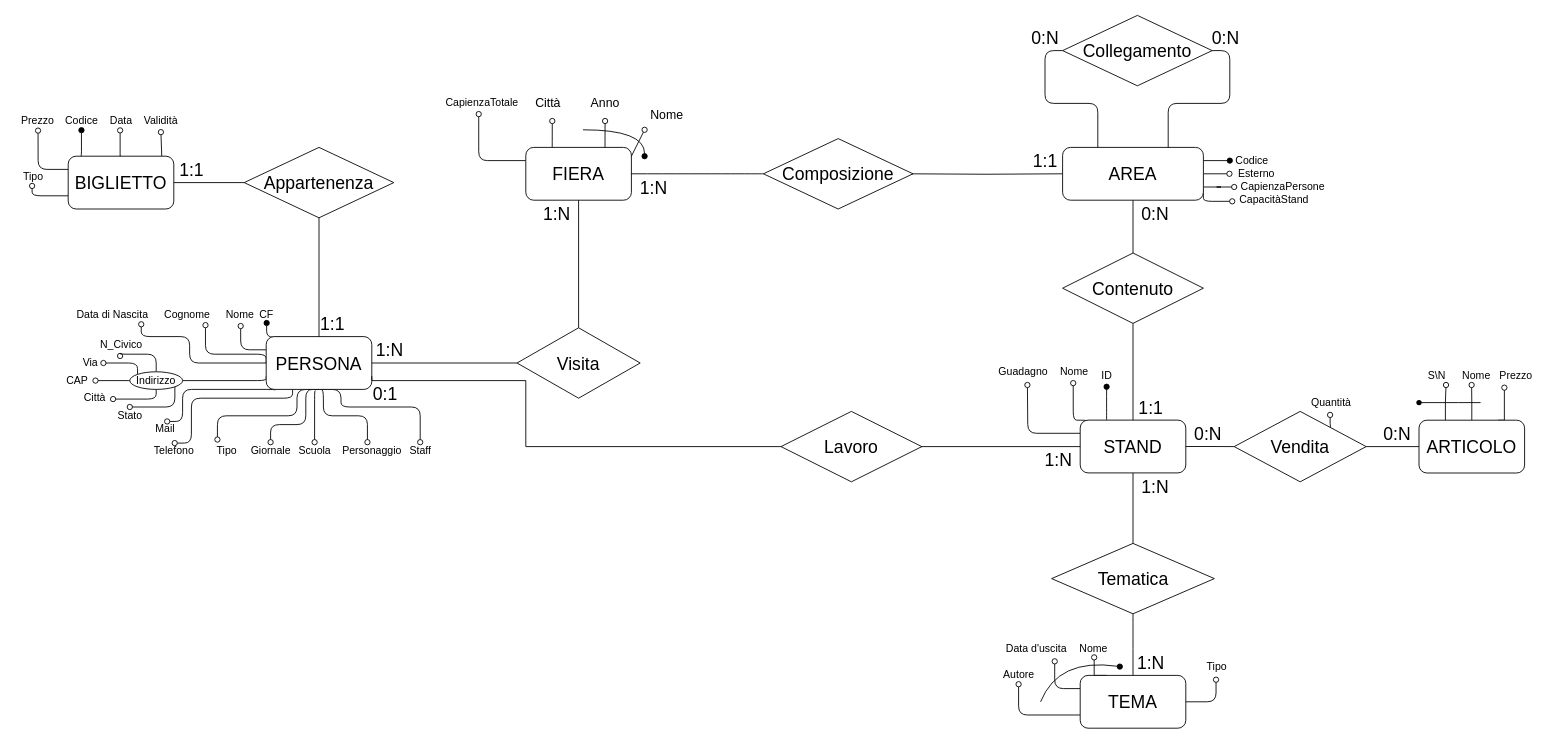
The draw.io diagram Modello E-R Ristrutturato.drawio in Hisukurifu24/ProgettoBasi, before the edit. Source tidied: cells renumbered, new cells numbered last; positions are measured from the earlier drawing's top-left corner, leaving out a move shared by most shapes. Both pictures are drawn from the tidied source at 88%, with x=0, y=0 at pixel (15, 15).
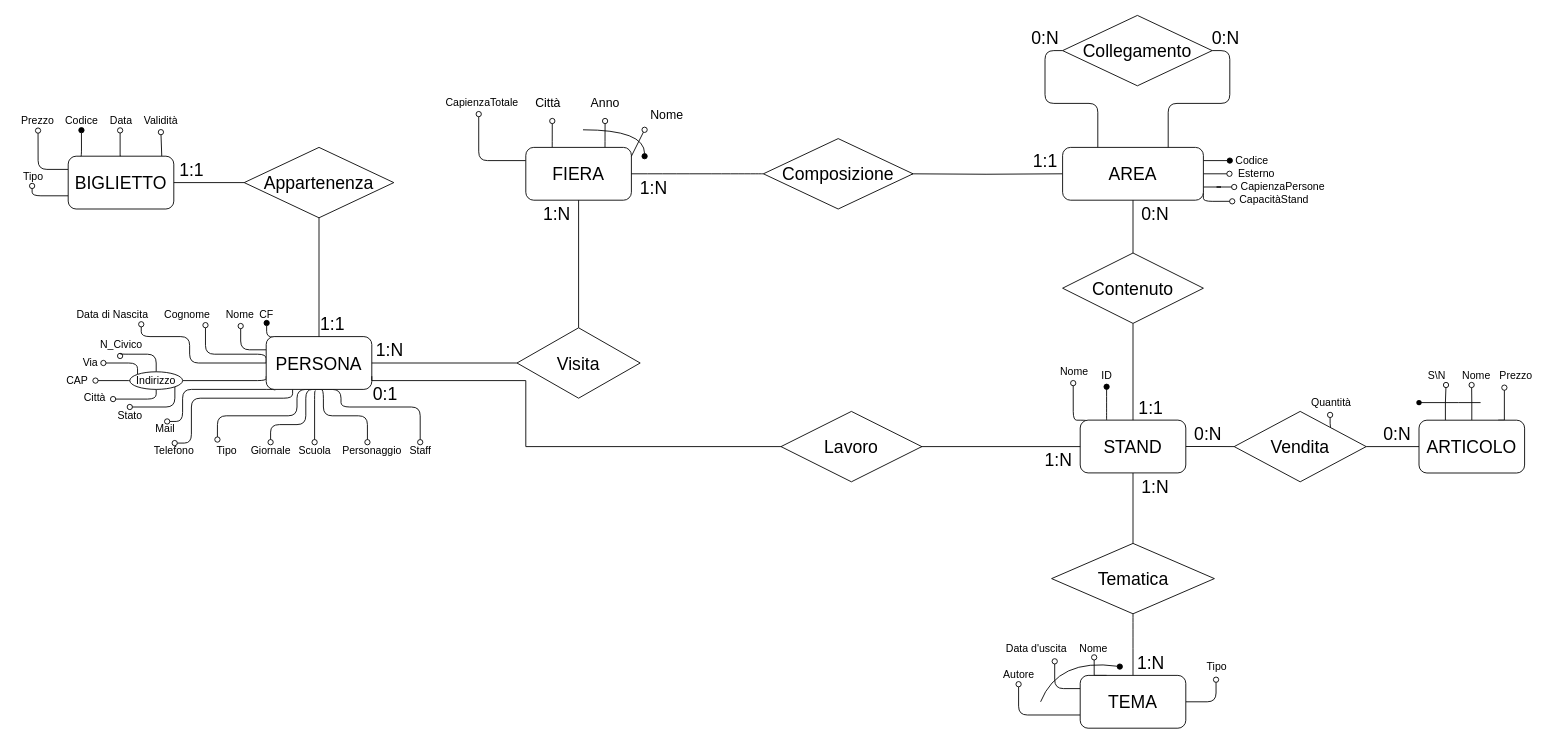
After the change.

The change refers to these unchanged cells:
```xml
<mxCell id="16" value="STAND" style="rounded=1;whiteSpace=wrap;html=1;fontSize=20;" parent="1" vertex="1">
  <mxGeometry x="1210" y="459.9" width="120" height="60" as="geometry" />
</mxCell>
```

The edit, as a diff of the source:
```diff
@@
-    <mxCell id="15" style="edgeStyle=orthogonalEdgeStyle;rounded=1;jettySize=auto;html=1;exitX=0;exitY=0.25;exitDx=0;exitDy=0;endArrow=oval;endFill=0;" parent="1" edge="1" source="16">
-      <mxGeometry relative="1" as="geometry">
-        <mxPoint x="1150" y="420" as="targetPoint" />
-      </mxGeometry>
-    </mxCell>
@@
-    <mxCell id="120" value="Guadagno" style="text;html=1;align=center;verticalAlign=middle;strokeColor=none;fillColor=none;" parent="1" vertex="1">
-      <mxGeometry x="1110" y="395" width="70" height="20" as="geometry" />
-    </mxCell>
```
